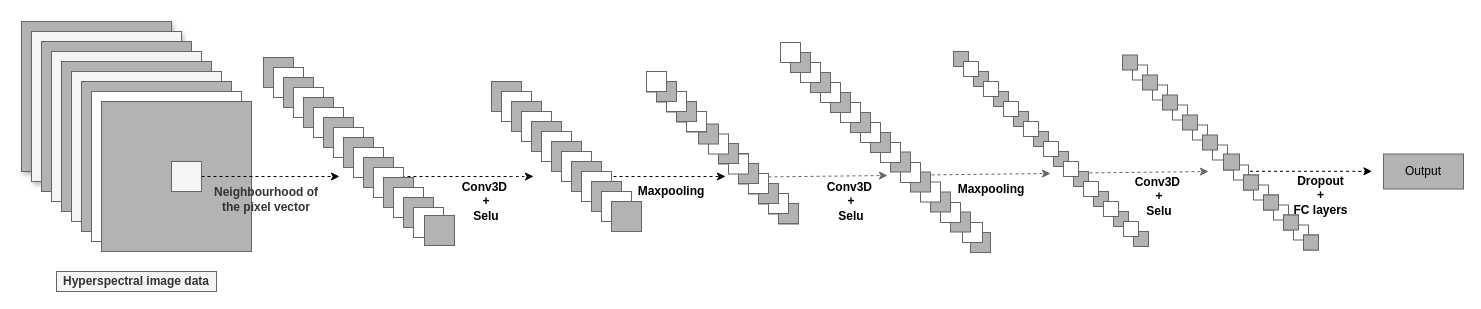
Earlier version of the draw.io diagram page "Page-1" (1 of 2) of app/Untitled Diagram.drawio (Vampire112/FJNU_Ordering). Source tidied: cells renumbered, new cells numbered last; positions are measured from the earlier drawing's top-left corner, leaving out a move shared by most shapes. Both pictures are drawn from the tidied source at 100%, with x=0, y=0 at pixel (21, 21).
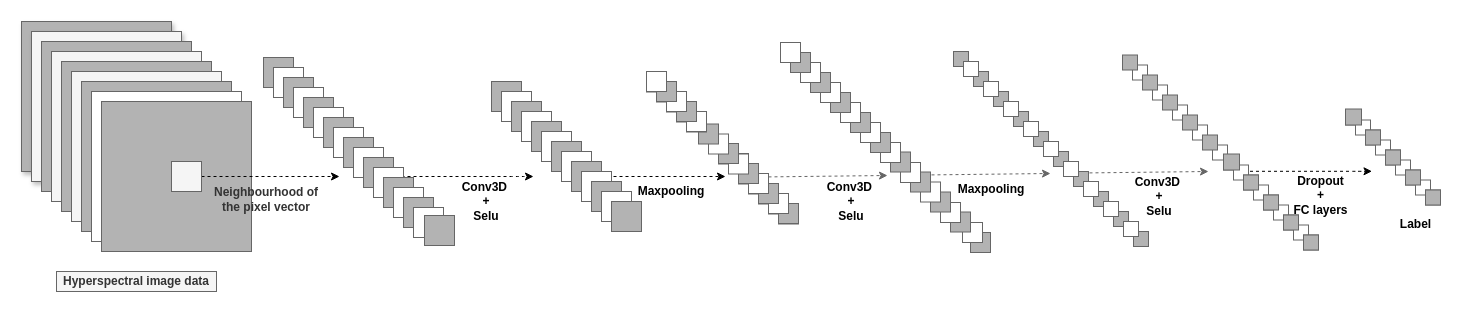
The same diagram, later.

Change to the diagram source:
```diff
@@
-    <mxCell id="149" value="Output" style="whiteSpace=wrap;html=1;labelBackgroundColor=none;shadow=0;fillColor=#B3B3B3;strokeColor=#666666;" parent="1" vertex="1">
-      <mxGeometry x="1362" y="132.5" width="80" height="35" as="geometry" />
-    </mxCell>
@@
+    <mxCell id="157" style="whiteSpace=wrap;html=1;labelBackgroundColor=none;shadow=0;strokeColor=#666666;" parent="1" vertex="1">
+      <mxGeometry x="1324" y="88.5" width="15" height="15" as="geometry" />
+    </mxCell>
+    <mxCell id="158" style="whiteSpace=wrap;html=1;labelBackgroundColor=none;shadow=0;strokeColor=#666666;fillColor=#FFFFFF;" parent="1" vertex="1">
+      <mxGeometry x="1334" y="98.5" width="15" height="15" as="geometry" />
+    </mxCell>
+    <mxCell id="159" style="whiteSpace=wrap;html=1;labelBackgroundColor=none;shadow=0;strokeColor=#666666;" parent="1" vertex="1">
+      <mxGeometry x="1344" y="108.5" width="15" height="15" as="geometry" />
+    </mxCell>
+    <mxCell id="160" style="whiteSpace=wrap;html=1;labelBackgroundColor=none;shadow=0;strokeColor=#666666;fillColor=#FFFFFF;" parent="1" vertex="1">
+      <mxGeometry x="1354" y="118.5" width="15" height="15" as="geometry" />
+    </mxCell>
+    <mxCell id="161" style="whiteSpace=wrap;html=1;labelBackgroundColor=none;shadow=0;strokeColor=#666666;" parent="1" vertex="1">
+      <mxGeometry x="1364" y="128.5" width="15" height="15" as="geometry" />
+    </mxCell>
+    <mxCell id="162" style="whiteSpace=wrap;html=1;labelBackgroundColor=none;shadow=0;strokeColor=#666666;fillColor=#FFFFFF;" parent="1" vertex="1">
+      <mxGeometry x="1374" y="138.5" width="15" height="15" as="geometry" />
+    </mxCell>
+    <mxCell id="163" style="whiteSpace=wrap;html=1;labelBackgroundColor=none;shadow=0;strokeColor=#666666;" parent="1" vertex="1">
+      <mxGeometry x="1384" y="148.5" width="15" height="15" as="geometry" />
+    </mxCell>
+    <mxCell id="164" style="whiteSpace=wrap;html=1;labelBackgroundColor=none;shadow=0;strokeColor=#666666;fillColor=#FFFFFF;" parent="1" vertex="1">
+      <mxGeometry x="1394" y="158.5" width="15" height="15" as="geometry" />
+    </mxCell>
+    <mxCell id="165" style="whiteSpace=wrap;html=1;labelBackgroundColor=none;shadow=0;strokeColor=#666666;" parent="1" vertex="1">
+      <mxGeometry x="1404" y="168.5" width="15" height="15" as="geometry" />
+    </mxCell>
+    <mxCell id="166" style="whiteSpace=wrap;html=1;labelBackgroundColor=none;shadow=0;strokeColor=#666666;fillColor=#B3B3B3;" parent="1" vertex="1">
+      <mxGeometry x="1404" y="168.5" width="15" height="15" as="geometry" />
+    </mxCell>
+    <mxCell id="167" style="whiteSpace=wrap;html=1;labelBackgroundColor=none;shadow=0;strokeColor=#666666;fillColor=#B3B3B3;" parent="1" vertex="1">
+      <mxGeometry x="1384" y="148.5" width="15" height="15" as="geometry" />
+    </mxCell>
+    <mxCell id="168" style="whiteSpace=wrap;html=1;labelBackgroundColor=none;shadow=0;strokeColor=#666666;fillColor=#B3B3B3;" parent="1" vertex="1">
+      <mxGeometry x="1364" y="128.5" width="15" height="15" as="geometry" />
+    </mxCell>
+    <mxCell id="169" style="whiteSpace=wrap;html=1;labelBackgroundColor=none;shadow=0;strokeColor=#666666;fillColor=#B3B3B3;" parent="1" vertex="1">
+      <mxGeometry x="1344" y="108.5" width="15" height="15" as="geometry" />
+    </mxCell>
+    <mxCell id="170" style="whiteSpace=wrap;html=1;labelBackgroundColor=none;shadow=0;strokeColor=#666666;fillColor=#B3B3B3;" parent="1" vertex="1">
+      <mxGeometry x="1324" y="87.5" width="16" height="16" as="geometry" />
+    </mxCell>
+    <mxCell id="171" value="Label" style="text;html=1;fillColor=none;align=center;verticalAlign=middle;whiteSpace=wrap;labelBackgroundColor=none;fontStyle=1;shadow=0;" parent="1" vertex="1">
+      <mxGeometry x="1362" y="192.5" width="65" height="20" as="geometry" />
+    </mxCell>
```
